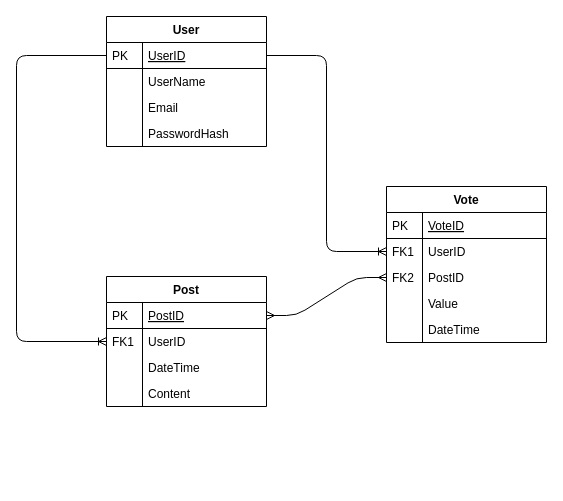
Before: ERD.drawio in joshuabrotman/dccCapstone, a draw.io diagram. Source tidied: cells renumbered, new cells numbered last; positions are measured from the earlier drawing's top-left corner, leaving out a move shared by most shapes. Both pictures are drawn from the tidied source at 100%, with x=0, y=0 at pixel (16, 16).
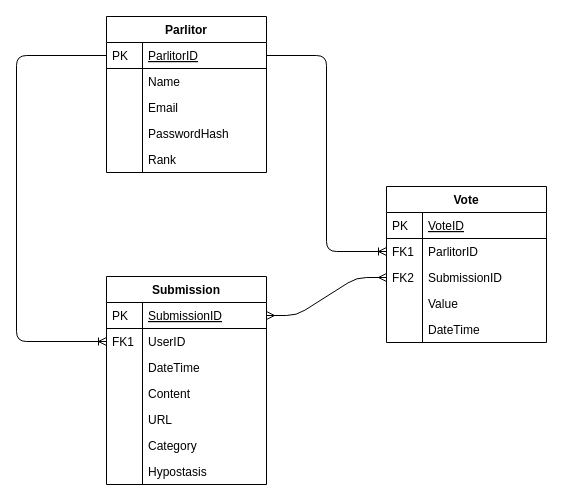
After the change.

The change refers to these unchanged cells:
```xml
<mxCell id="11" value="Vote" style="swimlane;fontStyle=1;horizontal=1;startSize=26;rounded=0;shadow=0;strokeWidth=1;" parent="1" vertex="1">
  <mxGeometry x="370" y="170" width="160" height="156" as="geometry" />
</mxCell>
```

Change to the diagram source:
```diff
@@
-    <mxCell id="2" value="User" style="swimlane;fontStyle=1;horizontal=1;startSize=26;rounded=0;shadow=0;strokeWidth=1;" parent="1" vertex="1">
-      <mxGeometry x="90" width="160" height="130" as="geometry" />
+    <mxCell id="2" value="Parlitor" style="swimlane;fontStyle=1;horizontal=1;startSize=26;rounded=0;shadow=0;strokeWidth=1;" parent="1" vertex="1">
+      <mxGeometry x="90" width="160" height="156" as="geometry" />
     </mxCell>
-    <mxCell id="3" value="UserID" style="shape=partialRectangle;top=0;left=0;right=0;bottom=1;align=left;verticalAlign=top;fillColor=none;spacingLeft=40;spacingRight=4;overflow=hidden;points=[[0,0.5],[1,0.5]];portConstraint=eastwest;rounded=0;shadow=0;strokeWidth=1;fontStyle=4;" parent="2" vertex="1">
+    <mxCell id="3" value="ParlitorID" style="shape=partialRectangle;top=0;left=0;right=0;bottom=1;align=left;verticalAlign=top;fillColor=none;spacingLeft=40;spacingRight=4;overflow=hidden;points=[[0,0.5],[1,0.5]];portConstraint=eastwest;rounded=0;shadow=0;strokeWidth=1;fontStyle=4;" parent="2" vertex="1">
       <mxGeometry y="26" width="160" height="26" as="geometry" />
     </mxCell>
@@
-    <mxCell id="5" value="UserName" style="shape=partialRectangle;top=0;left=0;right=0;bottom=0;align=left;verticalAlign=top;fillColor=none;spacingLeft=40;spacingRight=4;overflow=hidden;rounded=0;shadow=0;strokeWidth=1;" parent="2" vertex="1">
+    <mxCell id="5" value="Name" style="shape=partialRectangle;top=0;left=0;right=0;bottom=0;align=left;verticalAlign=top;fillColor=none;spacingLeft=40;spacingRight=4;overflow=hidden;rounded=0;shadow=0;strokeWidth=1;" parent="2" vertex="1">
       <mxGeometry y="52" width="160" height="26" as="geometry" />
     </mxCell>
@@
+    <mxCell id="34" value="Rank" style="shape=partialRectangle;top=0;left=0;right=0;bottom=0;align=left;verticalAlign=top;fillColor=none;spacingLeft=40;spacingRight=4;overflow=hidden;rounded=0;shadow=0;strokeWidth=1;" parent="2" vertex="1">
+      <mxGeometry y="130" width="160" height="26" as="geometry" />
+    </mxCell>
+    <mxCell id="35" style="shape=partialRectangle;top=0;left=0;bottom=0;fillColor=none;align=left;verticalAlign=top;spacingLeft=4;spacingRight=4;overflow=hidden;" parent="34" vertex="1">
+      <mxGeometry width="36" height="26" as="geometry" />
+    </mxCell>
@@
-    <mxCell id="14" value="UserID" style="shape=partialRectangle;top=0;left=0;right=0;bottom=0;align=left;verticalAlign=top;fillColor=none;spacingLeft=40;spacingRight=4;overflow=hidden;points=[[0,0.5],[1,0.5]];portConstraint=eastwest;rounded=0;shadow=0;strokeWidth=1;" parent="11" vertex="1">
+    <mxCell id="14" value="ParlitorID" style="shape=partialRectangle;top=0;left=0;right=0;bottom=0;align=left;verticalAlign=top;fillColor=none;spacingLeft=40;spacingRight=4;overflow=hidden;points=[[0,0.5],[1,0.5]];portConstraint=eastwest;rounded=0;shadow=0;strokeWidth=1;" parent="11" vertex="1">
       <mxGeometry y="52" width="160" height="26" as="geometry" />
     </mxCell>
@@
-    <mxCell id="16" value="PostID" style="shape=partialRectangle;top=0;left=0;right=0;bottom=0;align=left;verticalAlign=top;fillColor=none;spacingLeft=40;spacingRight=4;overflow=hidden;points=[[0,0.5],[1,0.5]];portConstraint=eastwest;rounded=0;shadow=0;strokeWidth=1;" parent="11" vertex="1">
+    <mxCell id="16" value="SubmissionID" style="shape=partialRectangle;top=0;left=0;right=0;bottom=0;align=left;verticalAlign=top;fillColor=none;spacingLeft=40;spacingRight=4;overflow=hidden;points=[[0,0.5],[1,0.5]];portConstraint=eastwest;rounded=0;shadow=0;strokeWidth=1;" parent="11" vertex="1">
       <mxGeometry y="78" width="160" height="26" as="geometry" />
     </mxCell>
@@
-    <mxCell id="22" value="Post" style="swimlane;fontStyle=1;horizontal=1;startSize=26;rounded=0;shadow=0;strokeWidth=1;" parent="1" vertex="1">
-      <mxGeometry x="90" y="260" width="160" height="130" as="geometry" />
+    <mxCell id="22" value="Submission" style="swimlane;fontStyle=1;horizontal=1;startSize=26;rounded=0;shadow=0;strokeWidth=1;" parent="1" vertex="1">
+      <mxGeometry x="90" y="260" width="160" height="208" as="geometry" />
     </mxCell>
-    <mxCell id="23" value="PostID" style="shape=partialRectangle;top=0;left=0;right=0;bottom=1;align=left;verticalAlign=top;fillColor=none;spacingLeft=40;spacingRight=4;overflow=hidden;points=[[0,0.5],[1,0.5]];portConstraint=eastwest;rounded=0;shadow=0;strokeWidth=1;fontStyle=4;" parent="22" vertex="1">
+    <mxCell id="23" value="SubmissionID" style="shape=partialRectangle;top=0;left=0;right=0;bottom=1;align=left;verticalAlign=top;fillColor=none;spacingLeft=40;spacingRight=4;overflow=hidden;points=[[0,0.5],[1,0.5]];portConstraint=eastwest;rounded=0;shadow=0;strokeWidth=1;fontStyle=4;" parent="22" vertex="1">
       <mxGeometry y="26" width="160" height="26" as="geometry" />
     </mxCell>
@@
+    <mxCell id="36" value="URL" style="shape=partialRectangle;top=0;left=0;right=0;bottom=0;align=left;verticalAlign=top;fillColor=none;spacingLeft=40;spacingRight=4;overflow=hidden;rounded=0;shadow=0;strokeWidth=1;" parent="22" vertex="1">
+      <mxGeometry y="130" width="160" height="26" as="geometry" />
+    </mxCell>
+    <mxCell id="37" style="shape=partialRectangle;top=0;left=0;bottom=0;fillColor=none;align=left;verticalAlign=top;spacingLeft=4;spacingRight=4;overflow=hidden;" parent="36" vertex="1">
+      <mxGeometry width="36" height="26" as="geometry" />
+    </mxCell>
+    <mxCell id="38" value="Category" style="shape=partialRectangle;top=0;left=0;right=0;bottom=0;align=left;verticalAlign=top;fillColor=none;spacingLeft=40;spacingRight=4;overflow=hidden;rounded=0;shadow=0;strokeWidth=1;" parent="22" vertex="1">
+      <mxGeometry y="156" width="160" height="26" as="geometry" />
+    </mxCell>
+    <mxCell id="39" style="shape=partialRectangle;top=0;left=0;bottom=0;fillColor=none;align=left;verticalAlign=top;spacingLeft=4;spacingRight=4;overflow=hidden;" parent="38" vertex="1">
+      <mxGeometry width="36" height="26" as="geometry" />
+    </mxCell>
+    <mxCell id="40" value="Hypostasis" style="shape=partialRectangle;top=0;left=0;right=0;bottom=0;align=left;verticalAlign=top;fillColor=none;spacingLeft=40;spacingRight=4;overflow=hidden;rounded=0;shadow=0;strokeWidth=1;" parent="22" vertex="1">
+      <mxGeometry y="182" width="160" height="26" as="geometry" />
+    </mxCell>
+    <mxCell id="41" style="shape=partialRectangle;top=0;left=0;bottom=0;fillColor=none;align=left;verticalAlign=top;spacingLeft=4;spacingRight=4;overflow=hidden;" parent="40" vertex="1">
+      <mxGeometry width="36" height="26" as="geometry" />
+    </mxCell>
```
